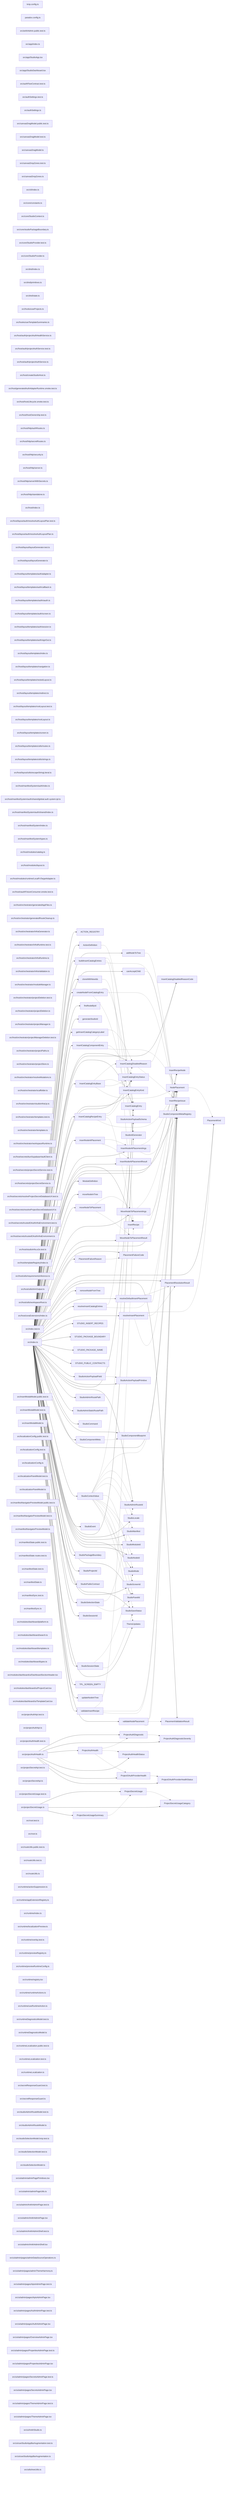
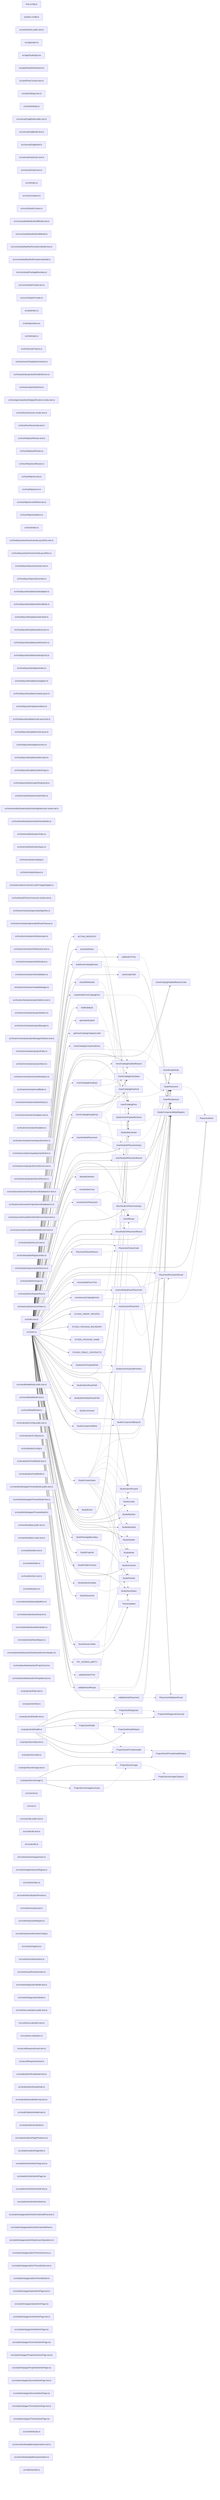
graph LR
  module_knip_config_ts["knip.config.ts"]
  module_paradox_config_ts["paradox.config.ts"]
  module_src_ankhAdmin_public_test_ts["src/ankhAdmin.public.test.ts"]
  module_src_app_index_ts["src/app/index.ts"]
  module_src_app_StudioApp_tsx["src/app/StudioApp.tsx"]
  module_src_app_StudioDashboard_tsx["src/app/StudioDashboard.tsx"]
  module_src_authFlowContract_test_ts["src/authFlowContract.test.ts"]
  module_src_authSettings_test_ts["src/authSettings.test.ts"]
  module_src_authSettings_ts["src/authSettings.ts"]
  module_src_canvasDragModel_public_test_ts["src/canvasDragModel.public.test.ts"]
  module_src_canvasDragModel_test_ts["src/canvasDragModel.test.ts"]
  module_src_canvasDragModel_ts["src/canvasDragModel.ts"]
  module_src_canvasDropZones_test_ts["src/canvasDropZones.test.ts"]
  module_src_canvasDropZones_ts["src/canvasDropZones.ts"]
  module_src_cli_index_ts["src/cli/index.ts"]
  module_src_core_constants_ts["src/core/constants.ts"]
  module_src_core_StudioContext_ts["src/core/StudioContext.ts"]
+   module_src_core_studioManifestDraftModel_test_ts["src/core/studioManifestDraftModel.test.ts"]
+   module_src_core_studioManifestDraftModel_ts["src/core/studioManifestDraftModel.ts"]
+   module_src_core_studioManifestPersistenceModel_test_ts["src/core/studioManifestPersistenceModel.test.ts"]
+   module_src_core_studioManifestPersistenceModel_ts["src/core/studioManifestPersistenceModel.ts"]
  module_src_core_studioPackageBoundary_ts["src/core/studioPackageBoundary.ts"]
  module_src_core_StudioProvider_test_ts["src/core/StudioProvider.test.ts"]
  module_src_core_StudioProvider_ts["src/core/StudioProvider.ts"]
  module_src_dnd_index_ts["src/dnd/index.ts"]
  module_src_dnd_primitives_ts["src/dnd/primitives.ts"]
  module_src_dnd_state_ts["src/dnd/state.ts"]
  module_src_hooks_useProjects_ts["src/hooks/useProjects.ts"]
  module_src_hooks_useTemplateSummaries_ts["src/hooks/useTemplateSummaries.ts"]
  module_src_host_auth_projectAuthHealthService_ts["src/host/auth/projectAuthHealthService.ts"]
-   module_src_host_auth_projectAuthService_test_ts["src/host/auth/projectAuthService.test.ts"]
-   module_src_host_auth_projectAuthService_ts["src/host/auth/projectAuthService.ts"]
  module_src_host_createStudioHost_ts["src/host/createStudioHost.ts"]
  module_src_host_generatedAuthAdapterRuntime_smoke_test_ts["src/host/generatedAuthAdapterRuntime.smoke.test.ts"]
  module_src_host_hostLifecycle_smoke_test_ts["src/host/hostLifecycle.smoke.test.ts"]
  module_src_host_hostOwnership_test_ts["src/host/hostOwnership.test.ts"]
+   module_src_host_http_authRoutes_test_ts["src/host/http/authRoutes.test.ts"]
  module_src_host_http_authRoutes_ts["src/host/http/authRoutes.ts"]
  module_src_host_http_secretRoutes_ts["src/host/http/secretRoutes.ts"]
  module_src_host_http_security_ts["src/host/http/security.ts"]
  module_src_host_http_server_ts["src/host/http/server.ts"]
  module_src_host_http_serverWithSecrets_ts["src/host/http/serverWithSecrets.ts"]
  module_src_host_http_standalone_ts["src/host/http/standalone.ts"]
  module_src_host_index_ts["src/host/index.ts"]
  module_src_host_layout_auth_resolveAuthLayoutPlan_test_ts["src/host/layout/auth/resolveAuthLayoutPlan.test.ts"]
  module_src_host_layout_auth_resolveAuthLayoutPlan_ts["src/host/layout/auth/resolveAuthLayoutPlan.ts"]
  module_src_host_layout_layoutGenerator_test_ts["src/host/layout/layoutGenerator.test.ts"]
  module_src_host_layout_layoutGenerator_ts["src/host/layout/layoutGenerator.ts"]
  module_src_host_layout_templates_auth_adapter_ts["src/host/layout/templates/auth/adapter.ts"]
  module_src_host_layout_templates_auth_callback_ts["src/host/layout/templates/auth/callback.ts"]
  module_src_host_layout_templates_auth_oauth_ts["src/host/layout/templates/auth/oauth.ts"]
  module_src_host_layout_templates_auth_screen_ts["src/host/layout/templates/auth/screen.ts"]
  module_src_host_layout_templates_auth_session_ts["src/host/layout/templates/auth/session.ts"]
  module_src_host_layout_templates_auth_signOut_ts["src/host/layout/templates/auth/signOut.ts"]
  module_src_host_layout_templates_index_ts["src/host/layout/templates/index.ts"]
  module_src_host_layout_templates_navigation_ts["src/host/layout/templates/navigation.ts"]
  module_src_host_layout_templates_nestedLayout_ts["src/host/layout/templates/nestedLayout.ts"]
  module_src_host_layout_templates_redirect_ts["src/host/layout/templates/redirect.ts"]
  module_src_host_layout_templates_rootLayout_test_ts["src/host/layout/templates/rootLayout.test.ts"]
  module_src_host_layout_templates_rootLayout_ts["src/host/layout/templates/rootLayout.ts"]
  module_src_host_layout_templates_screen_ts["src/host/layout/templates/screen.ts"]
  module_src_host_layout_templates_utils_routes_ts["src/host/layout/templates/utils/routes.ts"]
  module_src_host_layout_templates_utils_strings_ts["src/host/layout/templates/utils/strings.ts"]
  module_src_host_layout_utils_escapeStringLiteral_ts["src/host/layout/utils/escapeStringLiteral.ts"]
  module_src_host_manifestSystem_auth_index_ts["src/host/manifestSystem/auth/index.ts"]
  module_src_host_manifestSystem_auth_shared_global_auth_system_tpl_ts["src/host/manifestSystem/auth/shared/global.auth.system.tpl.ts"]
  module_src_host_manifestSystem_auth_shared_index_ts["src/host/manifestSystem/auth/shared/index.ts"]
  module_src_host_manifestSystem_index_ts["src/host/manifestSystem/index.ts"]
  module_src_host_manifestSystem_types_ts["src/host/manifestSystem/types.ts"]
  module_src_host_modules_catalog_ts["src/host/modules/catalog.ts"]
  module_src_host_modules_layout_ts["src/host/modules/layout.ts"]
  module_src_host_modules_runtime_LocalFsTargetAdapter_ts["src/host/modules/runtime/LocalFsTargetAdapter.ts"]
  module_src_host_oauthFixtureConsumer_smoke_test_ts["src/host/oauthFixtureConsumer.smoke.test.ts"]
  module_src_host_orchestrator_generatedAppFiles_ts["src/host/orchestrator/generatedAppFiles.ts"]
  module_src_host_orchestrator_generatedRouteCleanup_ts["src/host/orchestrator/generatedRouteCleanup.ts"]
  module_src_host_orchestrator_infraGenerator_ts["src/host/orchestrator/infraGenerator.ts"]
  module_src_host_orchestrator_infraRuntime_test_ts["src/host/orchestrator/infraRuntime.test.ts"]
  module_src_host_orchestrator_infraRuntime_ts["src/host/orchestrator/infraRuntime.ts"]
  module_src_host_orchestrator_infraValidation_ts["src/host/orchestrator/infraValidation.ts"]
  module_src_host_orchestrator_moduleManager_ts["src/host/orchestrator/moduleManager.ts"]
  module_src_host_orchestrator_projectDeletion_test_ts["src/host/orchestrator/projectDeletion.test.ts"]
  module_src_host_orchestrator_projectDeletion_ts["src/host/orchestrator/projectDeletion.ts"]
  module_src_host_orchestrator_projectManager_ts["src/host/orchestrator/projectManager.ts"]
  module_src_host_orchestrator_projectManagerDeletion_test_ts["src/host/orchestrator/projectManagerDeletion.test.ts"]
  module_src_host_orchestrator_projectPaths_ts["src/host/orchestrator/projectPaths.ts"]
  module_src_host_orchestrator_projectStore_ts["src/host/orchestrator/projectStore.ts"]
  module_src_host_orchestrator_resolveMutations_ts["src/host/orchestrator/resolveMutations.ts"]
  module_src_host_orchestrator_scaffolder_ts["src/host/orchestrator/scaffolder.ts"]
  module_src_host_orchestrator_studioInfraUp_ts["src/host/orchestrator/studioInfraUp.ts"]
  module_src_host_orchestrator_templates_test_ts["src/host/orchestrator/templates.test.ts"]
  module_src_host_orchestrator_templates_ts["src/host/orchestrator/templates.ts"]
  module_src_host_orchestrator_workspaceRuntime_ts["src/host/orchestrator/workspaceRuntime.ts"]
  module_src_host_secrets_bunSupabaseVaultClient_ts["src/host/secrets/bunSupabaseVaultClient.ts"]
  module_src_host_secrets_projectSecretService_test_ts["src/host/secrets/projectSecretService.test.ts"]
  module_src_host_secrets_projectSecretService_ts["src/host/secrets/projectSecretService.ts"]
  module_src_host_secrets_resolveProjectSecretDatabaseUrl_test_ts["src/host/secrets/resolveProjectSecretDatabaseUrl.test.ts"]
  module_src_host_secrets_resolveProjectSecretDatabaseUrl_ts["src/host/secrets/resolveProjectSecretDatabaseUrl.ts"]
  module_src_host_secrets_trustedOAuthInfraEnvironment_test_ts["src/host/secrets/trustedOAuthInfraEnvironment.test.ts"]
  module_src_host_secrets_trustedOAuthInfraEnvironment_ts["src/host/secrets/trustedOAuthInfraEnvironment.ts"]
  module_src_host_studioInfra_e2e_test_ts["src/host/studioInfra.e2e.test.ts"]
  module_src_host_templateRegistry_index_ts["src/host/templateRegistry/index.ts"]
  module_src_host_utils_requirementsInference_ts["src/host/utils/requirementsInference.ts"]
  module_src_host_utils_trimOutput_ts["src/host/utils/trimOutput.ts"]
  module_src_host_utils_workspaceRoot_ts["src/host/utils/workspaceRoot.ts"]
  module_src_host_zoraExtensions_index_ts["src/host/zoraExtensions/index.ts"]
  module_src_index_test_ts["src/index.test.ts"]
  module_src_index_ts["src/index.ts"]
  module_src_insertModalModel_public_test_ts["src/insertModalModel.public.test.ts"]
  module_src_insertModalModel_test_ts["src/insertModalModel.test.ts"]
  module_src_insertModalModel_ts["src/insertModalModel.ts"]
  module_src_localizationConfig_public_test_ts["src/localizationConfig.public.test.ts"]
  module_src_localizationConfig_test_ts["src/localizationConfig.test.ts"]
  module_src_localizationConfig_ts["src/localizationConfig.ts"]
  module_src_localizationPanelModel_test_ts["src/localizationPanelModel.test.ts"]
  module_src_localizationPanelModel_ts["src/localizationPanelModel.ts"]
  module_src_manifestNavigatorPreviewModel_public_test_ts["src/manifestNavigatorPreviewModel.public.test.ts"]
  module_src_manifestNavigatorPreviewModel_test_ts["src/manifestNavigatorPreviewModel.test.ts"]
  module_src_manifestNavigatorPreviewModel_ts["src/manifestNavigatorPreviewModel.ts"]
  module_src_manifestState_public_test_ts["src/manifestState.public.test.ts"]
  module_src_manifestState_routes_test_ts["src/manifestState.routes.test.ts"]
  module_src_manifestState_test_ts["src/manifestState.test.ts"]
  module_src_manifestState_ts["src/manifestState.ts"]
  module_src_manifestSync_test_ts["src/manifestSync.test.ts"]
  module_src_manifestSync_ts["src/manifestSync.ts"]
  module_src_modules_dashboard_platform_ts["src/modules/dashboard/platform.ts"]
  module_src_modules_dashboard_search_ts["src/modules/dashboard/search.ts"]
  module_src_modules_dashboard_templates_ts["src/modules/dashboard/templates.ts"]
  module_src_modules_dashboard_types_ts["src/modules/dashboard/types.ts"]
  module_src_modules_dashboard_ui_DashboardSectionHeader_tsx["src/modules/dashboard/ui/DashboardSectionHeader.tsx"]
  module_src_modules_dashboard_ui_ProjectCard_tsx["src/modules/dashboard/ui/ProjectCard.tsx"]
  module_src_modules_dashboard_ui_TemplateCard_tsx["src/modules/dashboard/ui/TemplateCard.tsx"]
  module_src_projectAuthApi_test_ts["src/projectAuthApi.test.ts"]
  module_src_projectAuthApi_ts["src/projectAuthApi.ts"]
  module_src_projectAuthHealth_test_ts["src/projectAuthHealth.test.ts"]
  module_src_projectAuthHealth_ts["src/projectAuthHealth.ts"]
  module_src_projectSecretApi_test_ts["src/projectSecretApi.test.ts"]
  module_src_projectSecretApi_ts["src/projectSecretApi.ts"]
  module_src_projectSecretUsage_test_ts["src/projectSecretUsage.test.ts"]
  module_src_projectSecretUsage_ts["src/projectSecretUsage.ts"]
  module_src_root_test_ts["src/root.test.ts"]
  module_src_root_ts["src/root.ts"]
  module_src_routeUtils_public_test_ts["src/routeUtils.public.test.ts"]
  module_src_routeUtils_test_ts["src/routeUtils.test.ts"]
  module_src_routeUtils_ts["src/routeUtils.ts"]
  module_src_runtime_actionSuppression_ts["src/runtime/actionSuppression.ts"]
  module_src_runtime_appExtensionRegistry_ts["src/runtime/appExtensionRegistry.ts"]
  module_src_runtime_index_ts["src/runtime/index.ts"]
  module_src_runtime_localizationPreview_ts["src/runtime/localizationPreview.ts"]
  module_src_runtime_overlay_test_ts["src/runtime/overlay.test.ts"]
  module_src_runtime_previewRegistry_ts["src/runtime/previewRegistry.ts"]
  module_src_runtime_previewRuntimeConfig_ts["src/runtime/previewRuntimeConfig.ts"]
  module_src_runtime_registry_tsx["src/runtime/registry.tsx"]
  module_src_runtime_runtimeActions_ts["src/runtime/runtimeActions.ts"]
  module_src_runtime_useRuntimeAction_ts["src/runtime/useRuntimeAction.ts"]
  module_src_runtimeDiagnosticsModel_test_ts["src/runtimeDiagnosticsModel.test.ts"]
  module_src_runtimeDiagnosticsModel_ts["src/runtimeDiagnosticsModel.ts"]
  module_src_runtimeLocalization_public_test_ts["src/runtimeLocalization.public.test.ts"]
  module_src_runtimeLocalization_test_ts["src/runtimeLocalization.test.ts"]
  module_src_runtimeLocalization_ts["src/runtimeLocalization.ts"]
  module_src_secretResponseGuard_test_ts["src/secretResponseGuard.test.ts"]
  module_src_secretResponseGuard_ts["src/secretResponseGuard.ts"]
  module_src_studioAdminRouteModel_test_ts["src/studioAdminRouteModel.test.ts"]
  module_src_studioAdminRouteModel_ts["src/studioAdminRouteModel.ts"]
  module_src_studioSelectionModel_knip_test_ts["src/studioSelectionModel.knip.test.ts"]
  module_src_studioSelectionModel_test_ts["src/studioSelectionModel.test.ts"]
  module_src_studioSelectionModel_ts["src/studioSelectionModel.ts"]
  module_src_ui_admin_adminPagePrimitives_tsx["src/ui/admin/adminPagePrimitives.tsx"]
  module_src_ui_admin_adminPageUtils_ts["src/ui/admin/adminPageUtils.ts"]
  module_src_ui_admin_AnkhAdminPage_test_ts["src/ui/admin/AnkhAdminPage.test.ts"]
  module_src_ui_admin_AnkhAdminPage_tsx["src/ui/admin/AnkhAdminPage.tsx"]
  module_src_ui_admin_AnkhAdminShell_test_ts["src/ui/admin/AnkhAdminShell.test.ts"]
  module_src_ui_admin_AnkhAdminShell_tsx["src/ui/admin/AnkhAdminShell.tsx"]
+   module_src_ui_admin_pages_adminAuthCredentialFlow_test_ts["src/ui/admin/pages/adminAuthCredentialFlow.test.ts"]
+   module_src_ui_admin_pages_adminAuthCredentialFlow_ts["src/ui/admin/pages/adminAuthCredentialFlow.ts"]
  module_src_ui_admin_pages_adminDataSourceOperations_ts["src/ui/admin/pages/adminDataSourceOperations.ts"]
  module_src_ui_admin_pages_adminThemeHarmony_ts["src/ui/admin/pages/adminThemeHarmony.ts"]
+   module_src_ui_admin_pages_adminThemeModel_test_ts["src/ui/admin/pages/adminThemeModel.test.ts"]
+   module_src_ui_admin_pages_adminThemeModel_ts["src/ui/admin/pages/adminThemeModel.ts"]
  module_src_ui_admin_pages_ApisAdminPage_test_ts["src/ui/admin/pages/ApisAdminPage.test.ts"]
  module_src_ui_admin_pages_ApisAdminPage_tsx["src/ui/admin/pages/ApisAdminPage.tsx"]
  module_src_ui_admin_pages_AuthAdminPage_test_ts["src/ui/admin/pages/AuthAdminPage.test.ts"]
  module_src_ui_admin_pages_AuthAdminPage_tsx["src/ui/admin/pages/AuthAdminPage.tsx"]
  module_src_ui_admin_pages_OverviewAdminPage_tsx["src/ui/admin/pages/OverviewAdminPage.tsx"]
  module_src_ui_admin_pages_PropertiesAdminPage_test_ts["src/ui/admin/pages/PropertiesAdminPage.test.ts"]
  module_src_ui_admin_pages_PropertiesAdminPage_tsx["src/ui/admin/pages/PropertiesAdminPage.tsx"]
  module_src_ui_admin_pages_SecretsAdminPage_test_ts["src/ui/admin/pages/SecretsAdminPage.test.ts"]
  module_src_ui_admin_pages_SecretsAdminPage_tsx["src/ui/admin/pages/SecretsAdminPage.tsx"]
  module_src_ui_admin_pages_ThemeAdminPage_test_ts["src/ui/admin/pages/ThemeAdminPage.test.ts"]
  module_src_ui_admin_pages_ThemeAdminPage_tsx["src/ui/admin/pages/ThemeAdminPage.tsx"]
  module_src_ui_AnkhStudio_ts["src/ui/AnkhStudio.ts"]
  module_src_ui_useStudioAppBarAugmentation_test_ts["src/ui/useStudioAppBarAugmentation.test.ts"]
  module_src_ui_useStudioAppBarAugmentation_ts["src/ui/useStudioAppBarAugmentation.ts"]
  module_src_utils_treeUtils_ts["src/utils/treeUtils.ts"]
  export_ACTION_REGISTRY["ACTION_REGISTRY"]
  module_src_index_ts --> export_ACTION_REGISTRY
  export_ActionDefinition["ActionDefinition"]
  module_src_index_ts --> export_ActionDefinition
  export_ActionDefinition -.-> export_StudioActionPayloadSchema
  export_addNodeToTree["addNodeToTree"]
  module_src_index_ts --> export_addNodeToTree
  export_addNodeToTree -.-> export_StudioComponentMetaRegistry
  export_buildInsertCatalogEntries["buildInsertCatalogEntries"]
  module_src_index_ts --> export_buildInsertCatalogEntries
  export_buildInsertCatalogEntries -.-> export_InsertCatalogEntry
  export_buildInsertCatalogEntries -.-> export_InsertRecipe
  export_buildInsertCatalogEntries -.-> export_StudioComponentMetaRegistry
  export_canAcceptChild["canAcceptChild"]
  module_src_index_ts --> export_canAcceptChild
  export_canAcceptChild -.-> export_StudioComponentMetaRegistry
  export_cloneWithNewIds["cloneWithNewIds"]
  module_src_index_ts --> export_cloneWithNewIds
  export_cloneWithNewIds -.-> export_StudioIdGenerator
  export_createNodeFromCatalogEntry["createNodeFromCatalogEntry"]
  module_src_index_ts --> export_createNodeFromCatalogEntry
  export_createNodeFromCatalogEntry -.-> export_InsertCatalogEntry
  export_createNodeFromCatalogEntry -.-> export_StudioComponentMetaRegistry
  export_createNodeFromCatalogEntry -.-> export_StudioIdGenerator
  export_findNodeById["findNodeById"]
  module_src_index_ts --> export_findNodeById
  export_generateStudioId["generateStudioId"]
  module_src_index_ts --> export_generateStudioId
  export_getInsertCatalogCategoryLabel["getInsertCatalogCategoryLabel"]
  module_src_index_ts --> export_getInsertCatalogCategoryLabel
  export_InsertCatalogComponentEntry["InsertCatalogComponentEntry"]
  module_src_index_ts --> export_InsertCatalogComponentEntry
  export_InsertCatalogComponentEntry -.-> export_InsertCatalogDisabledReason
  export_InsertCatalogComponentEntry -.-> export_InsertCatalogEntryStatus
  export_InsertCatalogComponentEntry -.-> export_NodePlacement
  export_InsertCatalogDisabledReason["InsertCatalogDisabledReason"]
  module_src_index_ts --> export_InsertCatalogDisabledReason
  export_InsertCatalogDisabledReason -.-> export_InsertCatalogDisabledReasonCode
  export_InsertCatalogDisabledReason -.-> export_InsertRecipeIssue
  export_InsertCatalogDisabledReasonCode["InsertCatalogDisabledReasonCode"]
  module_src_index_ts --> export_InsertCatalogDisabledReasonCode
  export_InsertCatalogEntry["InsertCatalogEntry"]
  module_src_index_ts --> export_InsertCatalogEntry
  export_InsertCatalogEntryBase["InsertCatalogEntryBase"]
  module_src_index_ts --> export_InsertCatalogEntryBase
  export_InsertCatalogEntryBase -.-> export_InsertCatalogDisabledReason
  export_InsertCatalogEntryBase -.-> export_InsertCatalogEntryKind
  export_InsertCatalogEntryBase -.-> export_InsertCatalogEntryStatus
  export_InsertCatalogEntryBase -.-> export_NodePlacement
  export_InsertCatalogEntryKind["InsertCatalogEntryKind"]
  module_src_index_ts --> export_InsertCatalogEntryKind
  export_InsertCatalogEntryStatus["InsertCatalogEntryStatus"]
  module_src_index_ts --> export_InsertCatalogEntryStatus
  export_InsertCatalogRecipeEntry["InsertCatalogRecipeEntry"]
  module_src_index_ts --> export_InsertCatalogRecipeEntry
  export_InsertCatalogRecipeEntry -.-> export_InsertCatalogDisabledReason
  export_InsertCatalogRecipeEntry -.-> export_InsertCatalogEntryStatus
  export_InsertCatalogRecipeEntry -.-> export_InsertRecipe
  export_InsertCatalogRecipeEntry -.-> export_NodePlacement
  export_insertNodeAtPlacement["insertNodeAtPlacement"]
  module_src_index_ts --> export_insertNodeAtPlacement
  export_insertNodeAtPlacement -.-> export_InsertNodeAtPlacementArgs
  export_insertNodeAtPlacement -.-> export_InsertNodeAtPlacementResult
  export_InsertNodeAtPlacementArgs["InsertNodeAtPlacementArgs"]
  module_src_index_ts --> export_InsertNodeAtPlacementArgs
  export_InsertNodeAtPlacementArgs -.-> export_NodePlacement
  export_InsertNodeAtPlacementArgs -.-> export_StudioComponentMetaRegistry
  export_InsertNodeAtPlacementResult["InsertNodeAtPlacementResult"]
  module_src_index_ts --> export_InsertNodeAtPlacementResult
  export_InsertRecipe["InsertRecipe"]
  module_src_index_ts --> export_InsertRecipe
  export_InsertRecipe -.-> export_InsertRecipeNode
  export_InsertRecipeIssue["InsertRecipeIssue"]
  module_src_index_ts --> export_InsertRecipeIssue
  export_InsertRecipeNode["InsertRecipeNode"]
  module_src_index_ts --> export_InsertRecipeNode
  export_ModuleDefinition["ModuleDefinition"]
  module_src_index_ts --> export_ModuleDefinition
  export_moveNodeInTree["moveNodeInTree"]
  module_src_index_ts --> export_moveNodeInTree
  export_moveNodeToPlacement["moveNodeToPlacement"]
  module_src_index_ts --> export_moveNodeToPlacement
  export_moveNodeToPlacement -.-> export_MoveNodeToPlacementArgs
  export_moveNodeToPlacement -.-> export_MoveNodeToPlacementResult
  export_MoveNodeToPlacementArgs["MoveNodeToPlacementArgs"]
  module_src_index_ts --> export_MoveNodeToPlacementArgs
  export_MoveNodeToPlacementArgs -.-> export_NodePlacement
  export_MoveNodeToPlacementArgs -.-> export_StudioComponentMetaRegistry
  export_MoveNodeToPlacementResult["MoveNodeToPlacementResult"]
  module_src_index_ts --> export_MoveNodeToPlacementResult
  export_NodePlacement["NodePlacement"]
  module_src_index_ts --> export_NodePlacement
  export_NodePlacement -.-> export_PlacementKind
  export_PlacementFailureCode["PlacementFailureCode"]
  module_src_index_ts --> export_PlacementFailureCode
  export_PlacementFailureReason["PlacementFailureReason"]
  module_src_index_ts --> export_PlacementFailureReason
  export_PlacementFailureReason -.-> export_PlacementFailureCode
  export_PlacementKind["PlacementKind"]
  module_src_index_ts --> export_PlacementKind
  export_PlacementResolutionResult["PlacementResolutionResult"]
  module_src_index_ts --> export_PlacementResolutionResult
  export_PlacementValidationResult["PlacementValidationResult"]
  module_src_index_ts --> export_PlacementValidationResult
  export_ProjectAuthDiagnostic["ProjectAuthDiagnostic"]
  module_src_projectAuthHealth_ts --> export_ProjectAuthDiagnostic
  export_ProjectAuthDiagnostic -.-> export_ProjectAuthDiagnosticSeverity
  export_ProjectAuthDiagnosticSeverity["ProjectAuthDiagnosticSeverity"]
  module_src_projectAuthHealth_ts --> export_ProjectAuthDiagnosticSeverity
  export_ProjectAuthHealth["ProjectAuthHealth"]
  module_src_projectAuthHealth_ts --> export_ProjectAuthHealth
  export_ProjectAuthHealth -.-> export_ProjectAuthDiagnostic
  export_ProjectAuthHealth -.-> export_ProjectAuthHealthStatus
  export_ProjectAuthHealth -.-> export_ProjectOAuthProviderHealth
  export_ProjectAuthHealthStatus["ProjectAuthHealthStatus"]
  module_src_projectAuthHealth_ts --> export_ProjectAuthHealthStatus
  export_ProjectOAuthProviderHealth["ProjectOAuthProviderHealth"]
  module_src_projectAuthHealth_ts --> export_ProjectOAuthProviderHealth
  export_ProjectOAuthProviderHealth -.-> export_ProjectOAuthProviderHealthStatus
  export_ProjectOAuthProviderHealthStatus["ProjectOAuthProviderHealthStatus"]
  module_src_projectAuthHealth_ts --> export_ProjectOAuthProviderHealthStatus
  export_ProjectSecretUsage["ProjectSecretUsage"]
  module_src_projectSecretUsage_ts --> export_ProjectSecretUsage
  export_ProjectSecretUsage -.-> export_ProjectSecretUsageCategory
  export_ProjectSecretUsageCategory["ProjectSecretUsageCategory"]
  module_src_projectSecretUsage_ts --> export_ProjectSecretUsageCategory
  export_ProjectSecretUsageSummary["ProjectSecretUsageSummary"]
  module_src_projectSecretUsage_ts --> export_ProjectSecretUsageSummary
  export_ProjectSecretUsageSummary -.-> export_ProjectSecretUsage
  export_removeNodeFromTree["removeNodeFromTree"]
  module_src_index_ts --> export_removeNodeFromTree
  export_resolveDefaultInsertPlacement["resolveDefaultInsertPlacement"]
  module_src_index_ts --> export_resolveDefaultInsertPlacement
  export_resolveDefaultInsertPlacement -.-> export_PlacementResolutionResult
  export_resolveDefaultInsertPlacement -.-> export_StudioComponentMetaRegistry
  export_resolveInsertCatalogEntries["resolveInsertCatalogEntries"]
  module_src_index_ts --> export_resolveInsertCatalogEntries
  export_resolveInsertCatalogEntries -.-> export_InsertCatalogEntry
  export_resolveInsertCatalogEntries -.-> export_StudioComponentMetaRegistry
  export_resolveInsertPlacement["resolveInsertPlacement"]
  module_src_index_ts --> export_resolveInsertPlacement
  export_resolveInsertPlacement -.-> export_PlacementKind
  export_resolveInsertPlacement -.-> export_PlacementResolutionResult
  export_resolveInsertPlacement -.-> export_StudioComponentMetaRegistry
  export_STUDIO_INSERT_RECIPES["STUDIO_INSERT_RECIPES"]
  module_src_index_ts --> export_STUDIO_INSERT_RECIPES
  export_STUDIO_PACKAGE_BOUNDARY["STUDIO_PACKAGE_BOUNDARY"]
  module_src_index_ts --> export_STUDIO_PACKAGE_BOUNDARY
  export_STUDIO_PACKAGE_NAME["STUDIO_PACKAGE_NAME"]
  module_src_index_ts --> export_STUDIO_PACKAGE_NAME
  export_STUDIO_PUBLIC_CONTRACTS["STUDIO_PUBLIC_CONTRACTS"]
  module_src_index_ts --> export_STUDIO_PUBLIC_CONTRACTS
  export_StudioActionPayloadField["StudioActionPayloadField"]
  module_src_index_ts --> export_StudioActionPayloadField
  export_StudioActionPayloadField -.-> export_StudioActionPayloadPrimitive
  export_StudioActionPayloadPrimitive["StudioActionPayloadPrimitive"]
  module_src_index_ts --> export_StudioActionPayloadPrimitive
  export_StudioActionPayloadSchema["StudioActionPayloadSchema"]
  module_src_index_ts --> export_StudioActionPayloadSchema
  export_StudioAdminRouteId["StudioAdminRouteId"]
  module_src_index_ts --> export_StudioAdminRouteId
  export_StudioAdminRoutePath["StudioAdminRoutePath"]
  module_src_index_ts --> export_StudioAdminRoutePath
  export_StudioAdminStaticRoutePath["StudioAdminStaticRoutePath"]
  module_src_index_ts --> export_StudioAdminStaticRoutePath
  export_StudioCommand["StudioCommand"]
  module_src_index_ts --> export_StudioCommand
  export_StudioComponentBlueprint["StudioComponentBlueprint"]
  module_src_index_ts --> export_StudioComponentBlueprint
  export_StudioComponentMeta["StudioComponentMeta"]
  module_src_index_ts --> export_StudioComponentMeta
  export_StudioComponentMeta -.-> export_StudioComponentBlueprint
  export_StudioComponentMetaRegistry["StudioComponentMetaRegistry"]
  module_src_index_ts --> export_StudioComponentMetaRegistry
  export_StudioContextValue["StudioContextValue"]
  module_src_index_ts --> export_StudioContextValue
  export_StudioContextValue -.-> export_InsertCatalogEntry
  export_StudioContextValue -.-> export_NodePlacement
  export_StudioContextValue -.-> export_StudioAdminRouteId
  export_StudioContextValue -.-> export_StudioLocale
  export_StudioContextValue -.-> export_StudioManifest
  export_StudioContextValue -.-> export_StudioMode
  export_StudioContextValue -.-> export_StudioModuleId
  export_StudioContextValue -.-> export_StudioNodeId
  export_StudioContextValue -.-> export_StudioPanelId
  export_StudioContextValue -.-> export_StudioSaveStatus
  export_StudioContextValue -.-> export_StudioScreenId
  export_StudioContextValue -.-> export_ThemeUpdates
  export_StudioEvent["StudioEvent"]
  module_src_index_ts --> export_StudioEvent
  export_StudioIdGenerator["StudioIdGenerator"]
  module_src_index_ts --> export_StudioIdGenerator
  export_StudioLocale["StudioLocale"]
  module_src_index_ts --> export_StudioLocale
  export_StudioManifest["StudioManifest"]
  module_src_index_ts --> export_StudioManifest
  export_StudioMode["StudioMode"]
  module_src_index_ts --> export_StudioMode
  export_StudioModuleId["StudioModuleId"]
  module_src_index_ts --> export_StudioModuleId
  export_StudioNodeId["StudioNodeId"]
  module_src_index_ts --> export_StudioNodeId
  export_StudioPackageBoundary["StudioPackageBoundary"]
  module_src_index_ts --> export_StudioPackageBoundary
  export_StudioPanelId["StudioPanelId"]
  module_src_index_ts --> export_StudioPanelId
  export_StudioProjectId["StudioProjectId"]
  module_src_index_ts --> export_StudioProjectId
  export_StudioPublicContract["StudioPublicContract"]
  module_src_index_ts --> export_StudioPublicContract
  export_StudioSaveStatus["StudioSaveStatus"]
  module_src_index_ts --> export_StudioSaveStatus
  export_StudioScreenId["StudioScreenId"]
  module_src_index_ts --> export_StudioScreenId
  export_StudioSelectionState["StudioSelectionState"]
  module_src_index_ts --> export_StudioSelectionState
  export_StudioSelectionState -.-> export_StudioAdminRouteId
  export_StudioSelectionState -.-> export_StudioPanelId
  export_StudioSessionId["StudioSessionId"]
  module_src_index_ts --> export_StudioSessionId
  export_StudioSessionState["StudioSessionState"]
  module_src_index_ts --> export_StudioSessionState
  export_StudioSessionState -.-> export_StudioMode
  export_StudioSessionState -.-> export_StudioSaveStatus
  export_ThemeUpdates["ThemeUpdates"]
  module_src_index_ts --> export_ThemeUpdates
  export_TPL_SCREEN_EMPTY["TPL_SCREEN_EMPTY"]
  module_src_index_ts --> export_TPL_SCREEN_EMPTY
  export_updateNodeInTree["updateNodeInTree"]
  module_src_index_ts --> export_updateNodeInTree
  export_validateInsertRecipe["validateInsertRecipe"]
  module_src_index_ts --> export_validateInsertRecipe
  export_validateInsertRecipe -.-> export_InsertRecipe
  export_validateInsertRecipe -.-> export_InsertRecipeIssue
  export_validateInsertRecipe -.-> export_StudioComponentMetaRegistry
  export_validateNodePlacement["validateNodePlacement"]
  module_src_index_ts --> export_validateNodePlacement
  export_validateNodePlacement -.-> export_NodePlacement
  export_validateNodePlacement -.-> export_PlacementValidationResult
  export_validateNodePlacement -.-> export_StudioComponentMetaRegistry
